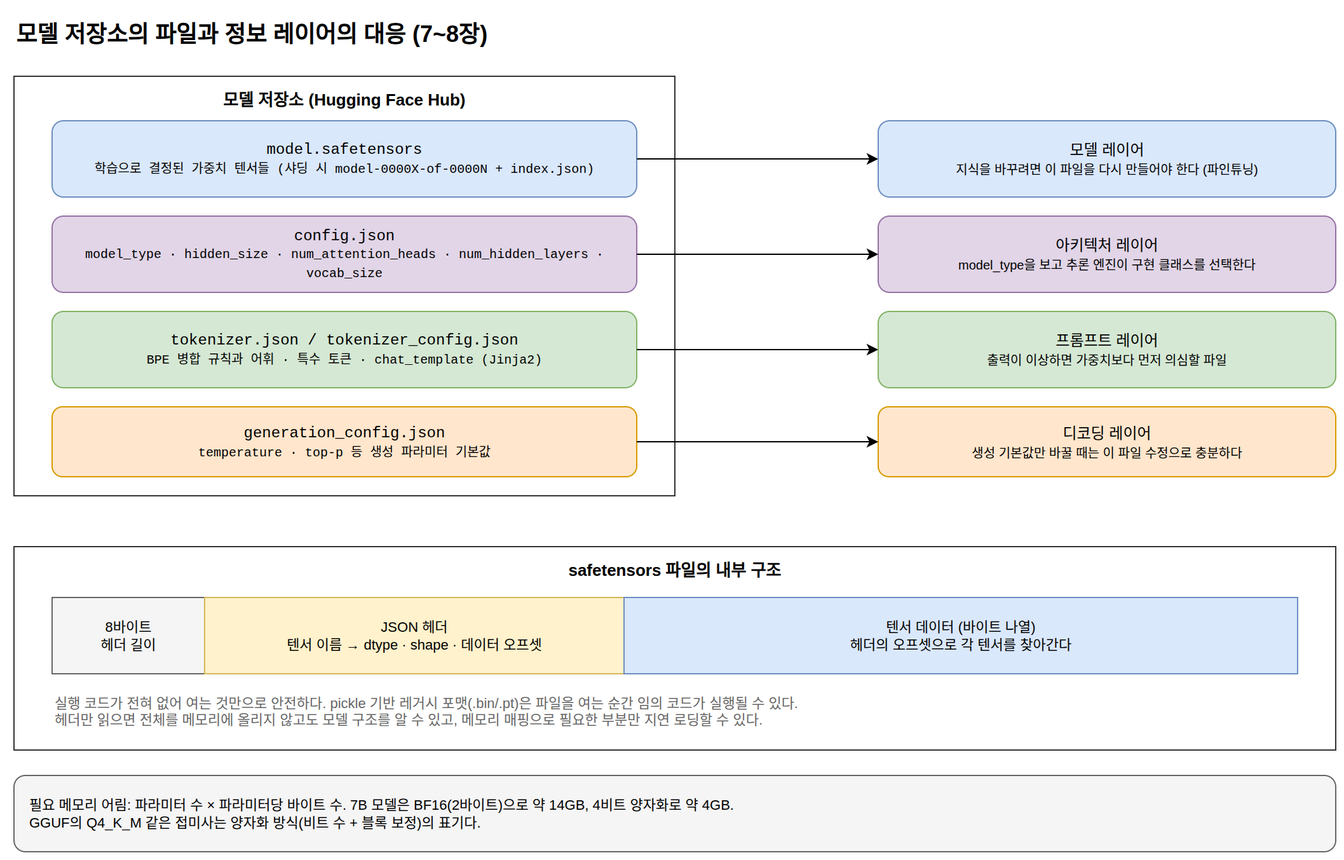
benelog/llm-principles keeps this draw.io diagram as book/diagrams/ch07-model-repo.drawio.png. Above is the earlier version. Source tidied: cells renumbered, new cells last; positions are measured from the earlier drawing's top-left corner, leaving out a move shared by most shapes.
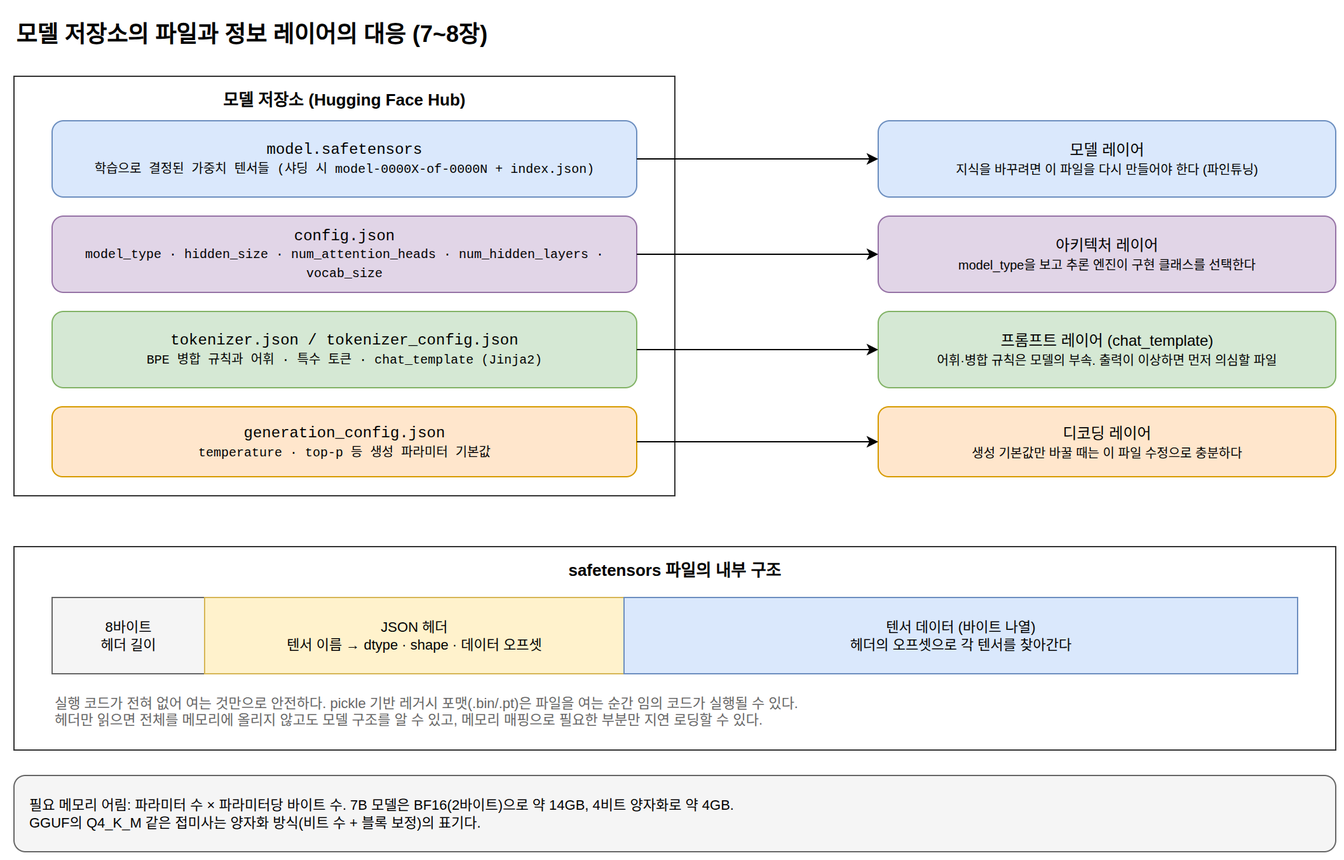
After the commit.

The edit, as a diff of the source:
```diff
@@ -26,7 +26,7 @@
     <mxCell id="9" value="아키텍처 레이어&lt;br&gt;&lt;font style=&quot;font-size:10px&quot;&gt;model_type을 보고 추론 엔진이 구현 클래스를 선택한다&lt;/font&gt;" style="rounded=1;whiteSpace=wrap;html=1;fillColor=#e1d5e7;strokeColor=#9673a6;fontSize=12;" parent="1" vertex="1">
       <mxGeometry x="680" y="160" width="360" height="60" as="geometry" />
     </mxCell>
-    <mxCell id="10" value="프롬프트 레이어&lt;br&gt;&lt;font style=&quot;font-size:10px&quot;&gt;출력이 이상하면 가중치보다 먼저 의심할 파일&lt;/font&gt;" style="rounded=1;whiteSpace=wrap;html=1;fillColor=#d5e8d4;strokeColor=#82b366;fontSize=12;" parent="1" vertex="1">
+    <mxCell id="10" value="프롬프트 레이어 (chat_template)&lt;br&gt;&lt;font style=&quot;font-size:10px&quot;&gt;어휘·병합 규칙은 모델의 부속. 출력이 이상하면 먼저 의심할 파일&lt;/font&gt;" style="rounded=1;whiteSpace=wrap;html=1;fillColor=#d5e8d4;strokeColor=#82b366;fontSize=12;" parent="1" vertex="1">
       <mxGeometry x="680" y="235" width="360" height="60" as="geometry" />
     </mxCell>
     <mxCell id="11" value="디코딩 레이어&lt;br&gt;&lt;font style=&quot;font-size:10px&quot;&gt;생성 기본값만 바꿀 때는 이 파일 수정으로 충분하다&lt;/font&gt;" style="rounded=1;whiteSpace=wrap;html=1;fillColor=#ffe6cc;strokeColor=#d79b00;fontSize=12;" parent="1" vertex="1">
```
